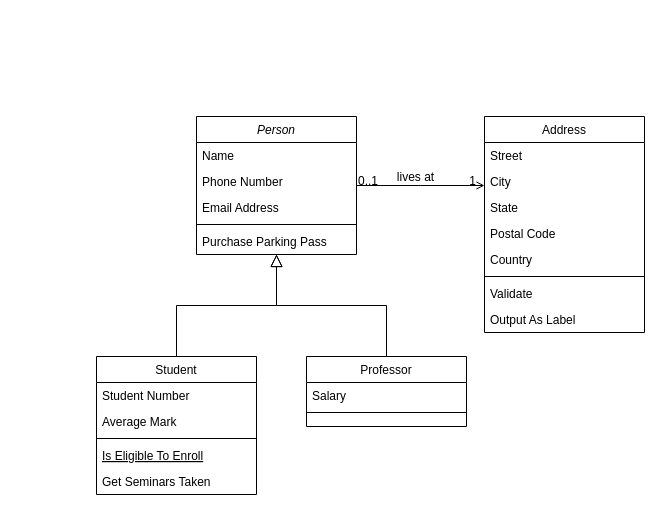
This is 未命名绘图.drawio from xun2333/xunaxun.github.io-, a draw.io file, before an edit. Source tidied: cells renumbered, new cells numbered last; positions are measured from the earlier drawing's top-left corner, leaving out a move shared by most shapes. Both pictures are drawn from the tidied source at 100%, with x=0, y=0 at pixel (96, 116).
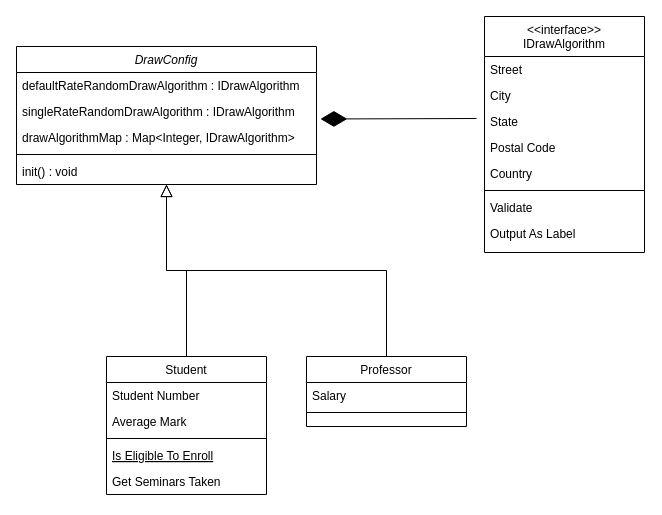
The same diagram, later.

Commit message:
抽奖算法UML图.drawio

What changed in the source:
```diff
@@
-    <mxCell id="2" value="Person" style="swimlane;fontStyle=2;align=center;verticalAlign=top;horizontal=1;startSize=26;rounded=0;shadow=0;strokeWidth=1;" parent="1" vertex="1">
-      <mxGeometry x="100" width="160" height="138" as="geometry" />
+    <mxCell id="2" value="DrawConfig" style="swimlane;fontStyle=2;align=center;verticalAlign=top;horizontal=1;startSize=26;rounded=0;shadow=0;strokeWidth=1;" parent="1" vertex="1">
+      <mxGeometry x="-80" y="-70" width="300" height="138" as="geometry" />
     </mxCell>
-    <mxCell id="3" value="Name" style="text;align=left;verticalAlign=top;spacingLeft=4;spacingRight=4;overflow=hidden;" parent="2" vertex="1">
-      <mxGeometry y="26" width="160" height="26" as="geometry" />
+    <mxCell id="3" value="defaultRateRandomDrawAlgorithm : IDrawAlgorithm" style="text;align=left;verticalAlign=top;spacingLeft=4;spacingRight=4;overflow=hidden;" parent="2" vertex="1">
+      <mxGeometry y="26" width="300" height="26" as="geometry" />
     </mxCell>
-    <mxCell id="4" value="Phone Number" style="text;align=left;verticalAlign=top;spacingLeft=4;spacingRight=4;overflow=hidden;points=[[0,0.5],[1,0.5]];portConstraint=eastwest;rounded=0;shadow=0;html=0;" parent="2" vertex="1">
-      <mxGeometry y="52" width="160" height="26" as="geometry" />
+    <mxCell id="4" value="singleRateRandomDrawAlgorithm : IDrawAlgorithm" style="text;align=left;verticalAlign=top;spacingLeft=4;spacingRight=4;overflow=hidden;points=[[0,0.5],[1,0.5]];portConstraint=eastwest;rounded=0;shadow=0;html=0;" parent="2" vertex="1">
+      <mxGeometry y="52" width="300" height="26" as="geometry" />
     </mxCell>
-    <mxCell id="5" value="Email Address" style="text;align=left;verticalAlign=top;spacingLeft=4;spacingRight=4;overflow=hidden;rounded=0;shadow=0;html=0;" parent="2" vertex="1">
-      <mxGeometry y="78" width="160" height="26" as="geometry" />
+    <mxCell id="5" value="drawAlgorithmMap : Map&lt;Integer, IDrawAlgorithm&gt;" style="text;align=left;verticalAlign=top;spacingLeft=4;spacingRight=4;overflow=hidden;rounded=0;shadow=0;html=0;" parent="2" vertex="1">
+      <mxGeometry y="78" width="300" height="26" as="geometry" />
     </mxCell>
     <mxCell id="6" style="line;html=1;strokeWidth=1;align=left;verticalAlign=middle;spacingTop=-1;spacingLeft=3;spacingRight=3;labelPosition=right;" parent="2" vertex="1">
-      <mxGeometry y="104" width="160" height="8" as="geometry" />
+      <mxGeometry y="104" width="300" height="8" as="geometry" />
     </mxCell>
-    <mxCell id="7" value="Purchase Parking Pass" style="text;align=left;verticalAlign=top;spacingLeft=4;spacingRight=4;overflow=hidden;" parent="2" vertex="1">
-      <mxGeometry y="112" width="160" height="26" as="geometry" />
+    <mxCell id="7" value="init() : void" style="text;align=left;verticalAlign=top;spacingLeft=4;spacingRight=4;overflow=hidden;" parent="2" vertex="1">
+      <mxGeometry y="112" width="300" height="26" as="geometry" />
     </mxCell>
     <mxCell id="8" value="Student" style="swimlane;fontStyle=0;align=center;verticalAlign=top;horizontal=1;startSize=26;rounded=0;shadow=0;strokeWidth=1;" parent="1" vertex="1">
-      <mxGeometry y="240" width="160" height="138" as="geometry" />
+      <mxGeometry x="10" y="240" width="160" height="138" as="geometry" />
     </mxCell>
@@
-    <mxCell id="19" value="Address" style="swimlane;fontStyle=0;align=center;verticalAlign=top;horizontal=1;startSize=26;rounded=0;shadow=0;strokeWidth=1;" parent="1" vertex="1">
-      <mxGeometry x="388" width="160" height="216" as="geometry" />
+    <mxCell id="19" value="&lt;&lt;interface&gt;&gt;&#10;IDrawAlgorithm" style="swimlane;fontStyle=0;align=center;verticalAlign=top;horizontal=1;startSize=40;rounded=0;shadow=0;strokeWidth=1;" parent="1" vertex="1">
+      <mxGeometry x="388" y="-100" width="160" height="236" as="geometry" />
     </mxCell>
     <mxCell id="20" value="Street" style="text;align=left;verticalAlign=top;spacingLeft=4;spacingRight=4;overflow=hidden;" parent="19" vertex="1">
-      <mxGeometry y="26" width="160" height="26" as="geometry" />
+      <mxGeometry y="40" width="160" height="26" as="geometry" />
     </mxCell>
     <mxCell id="21" value="City" style="text;align=left;verticalAlign=top;spacingLeft=4;spacingRight=4;overflow=hidden;rounded=0;shadow=0;html=0;" parent="19" vertex="1">
-      <mxGeometry y="52" width="160" height="26" as="geometry" />
+      <mxGeometry y="66" width="160" height="26" as="geometry" />
     </mxCell>
     <mxCell id="22" value="State" style="text;align=left;verticalAlign=top;spacingLeft=4;spacingRight=4;overflow=hidden;rounded=0;shadow=0;html=0;" parent="19" vertex="1">
-      <mxGeometry y="78" width="160" height="26" as="geometry" />
+      <mxGeometry y="92" width="160" height="26" as="geometry" />
     </mxCell>
     <mxCell id="23" value="Postal Code" style="text;align=left;verticalAlign=top;spacingLeft=4;spacingRight=4;overflow=hidden;rounded=0;shadow=0;html=0;" parent="19" vertex="1">
-      <mxGeometry y="104" width="160" height="26" as="geometry" />
+      <mxGeometry y="118" width="160" height="26" as="geometry" />
     </mxCell>
     <mxCell id="24" value="Country" style="text;align=left;verticalAlign=top;spacingLeft=4;spacingRight=4;overflow=hidden;rounded=0;shadow=0;html=0;" parent="19" vertex="1">
-      <mxGeometry y="130" width="160" height="26" as="geometry" />
+      <mxGeometry y="144" width="160" height="26" as="geometry" />
     </mxCell>
     <mxCell id="25" style="line;html=1;strokeWidth=1;align=left;verticalAlign=middle;spacingTop=-1;spacingLeft=3;spacingRight=3;labelPosition=right;" parent="19" vertex="1">
-      <mxGeometry y="156" width="160" height="8" as="geometry" />
+      <mxGeometry y="170" width="160" height="8" as="geometry" />
     </mxCell>
     <mxCell id="26" value="Validate" style="text;align=left;verticalAlign=top;spacingLeft=4;spacingRight=4;overflow=hidden;" parent="19" vertex="1">
-      <mxGeometry y="164" width="160" height="26" as="geometry" />
+      <mxGeometry y="178" width="160" height="26" as="geometry" />
     </mxCell>
     <mxCell id="27" value="Output As Label" style="text;align=left;verticalAlign=top;spacingLeft=4;spacingRight=4;overflow=hidden;" parent="19" vertex="1">
-      <mxGeometry y="190" width="160" height="26" as="geometry" />
+      <mxGeometry y="204" width="160" height="26" as="geometry" />
     </mxCell>
-    <mxCell id="28" style="endArrow=open;shadow=0;strokeWidth=1;rounded=0;curved=0;endFill=1;edgeStyle=elbowEdgeStyle;elbow=vertical;" parent="1" edge="1" source="2" target="19">
-      <mxGeometry x="0.5" y="41" relative="1" as="geometry">
-        <mxPoint x="-40" y="32" as="offset" />
-      </mxGeometry>
-    </mxCell>
-    <mxCell id="29" value="0..1" style="align=left;verticalAlign=bottom;labelBackgroundColor=none;fontSize=12;" parent="28" vertex="1">
-      <mxGeometry x="-1" relative="1" as="geometry">
-        <mxPoint y="4" as="offset" />
-      </mxGeometry>
-    </mxCell>
-    <mxCell id="30" value="1" style="align=right;verticalAlign=bottom;labelBackgroundColor=none;fontSize=12;" parent="28" vertex="1">
-      <mxGeometry x="1" relative="1" as="geometry">
-        <mxPoint x="-7" y="4" as="offset" />
-      </mxGeometry>
-    </mxCell>
-    <mxCell id="31" value="lives at" style="text;html=1;align=center;verticalAlign=middle;labelBackgroundColor=none;rounded=0;shadow=0;strokeWidth=1;fontSize=12;" parent="28" vertex="1">
-      <mxGeometry x="0.5" y="49" relative="1" as="geometry">
-        <mxPoint x="-38" y="40" as="offset" />
-      </mxGeometry>
-    </mxCell>
+    <mxCell id="32" style="endArrow=diamondThin;endFill=1;endSize=24;html=1;rounded=0;entryX=1.013;entryY=0.788;entryDx=0;entryDy=0;entryPerimeter=0;" parent="1" edge="1" target="4">
+      <mxGeometry relative="1" as="geometry">
+        <mxPoint x="380" y="2" as="sourcePoint" />
+      </mxGeometry>
+    </mxCell>
```
